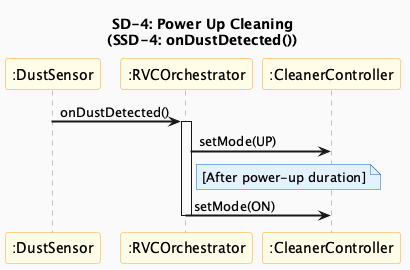
OOP-konkuk/CICD-Team7 keeps this PlantUML diagram as docs/vibe-coding/03-ood/images/SD4_PowerUpCleaning.png. Above is the earlier version. Its diagram source:
```plantuml
@startuml SD4_PowerUpCleaning
skinparam backgroundColor #FAFAFA
skinparam sequenceArrowThickness 2
skinparam sequenceParticipantBackgroundColor #FFFDE7
skinparam sequenceParticipantBorderColor #F9A825
skinparam sequenceLifeLineBorderColor #888888
skinparam noteBackgroundColor #E3F2FD
skinparam noteBorderColor #1565C0

title SD-4: Power Up Cleaning\n(SSD-4: onDustDetected())

participant ":DustSensor" as DS
participant ":RVCOrchestrator" as Orch
participant ":CleanerController" as Cleaner

DS -> Orch : onDustDetected()
activate Orch
Orch -> Cleaner : setMode(UP)
note right of Orch : [After power-up duration]
Orch -> Cleaner : setMode(ON)
deactivate Orch
@enduml
```
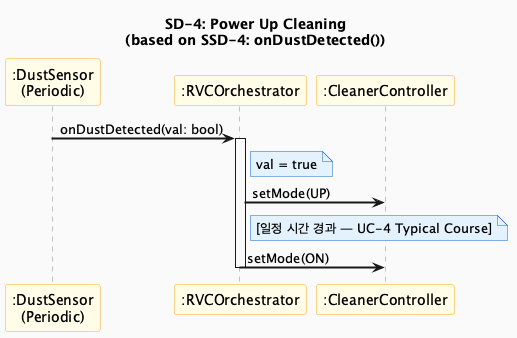
After the change.

The edit, as a diff of the source:
```diff
@@ -7,16 +7,17 @@
 skinparam noteBackgroundColor #E3F2FD
 skinparam noteBorderColor #1565C0
 
-title SD-4: Power Up Cleaning\n(SSD-4: onDustDetected())
+title SD-4: Power Up Cleaning\n(based on SSD-4: onDustDetected())
 
-participant ":DustSensor" as DS
+participant ":DustSensor\n(Periodic)" as DS
 participant ":RVCOrchestrator" as Orch
 participant ":CleanerController" as Cleaner
 
-DS -> Orch : onDustDetected()
+DS -> Orch : onDustDetected(val: bool)
 activate Orch
+note right of Orch : val = true
 Orch -> Cleaner : setMode(UP)
-note right of Orch : [After power-up duration]
+note right of Orch : [일정 시간 경과 — UC-4 Typical Course]
 Orch -> Cleaner : setMode(ON)
 deactivate Orch
 @enduml
```
